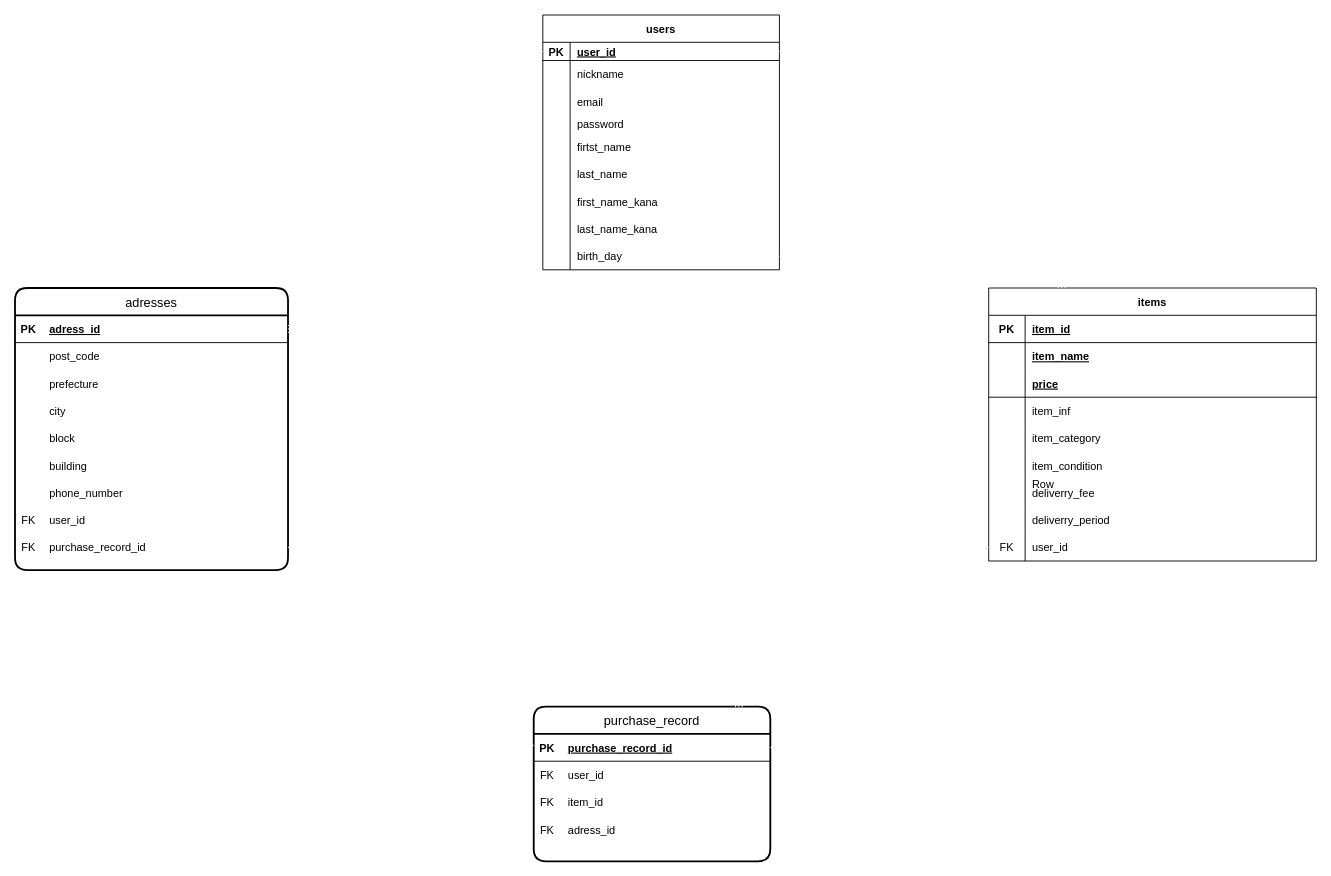
Before: er-zu.dio in yuyake-rs/furima-30629, a draw.io diagram. Source tidied: cells renumbered, new cells numbered last; positions are measured from the earlier drawing's top-left corner, leaving out a move shared by most shapes. Both pictures are drawn from the tidied source at 91%, with x=0, y=0 at pixel (15, 15).
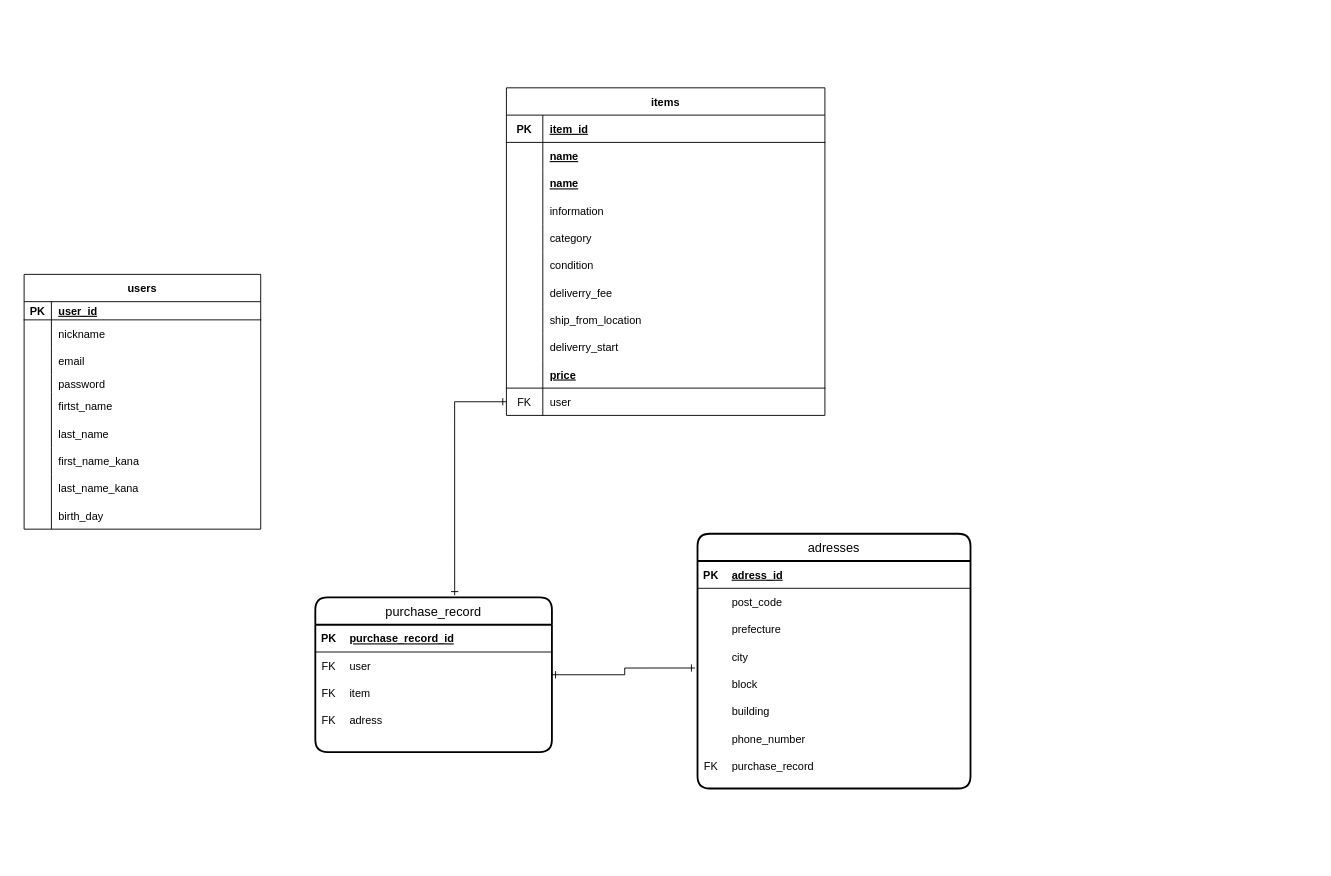
The same page after the edit.

The change refers to these unchanged cells:
```xml
<mxCell id="3" style="shape=partialRectangle;fillColor=none;top=0;left=0;bottom=1;right=0;points=[[0,0.5],[1,0.5]];portConstraint=eastwest;" parent="2" vertex="1">
  <mxGeometry y="30" width="260" height="20" as="geometry" />
</mxCell>
<mxCell id="27" style="shape=partialRectangle;fillColor=none;top=0;left=0;bottom=0;right=0;points=[[0,0.5],[1,0.5]];portConstraint=eastwest;" parent="2" vertex="1">
  <mxGeometry y="250" width="260" height="30" as="geometry" />
</mxCell>
<mxCell id="32" style="shape=partialRectangle;fillColor=none;top=0;left=0;bottom=1;right=0;points=[[0,0.5],[1,0.5]];portConstraint=eastwest;" parent="31" vertex="1">
  <mxGeometry width="260" height="30" as="geometry" />
</mxCell>
<mxCell id="35" style="shape=partialRectangle;fillColor=none;top=0;left=0;bottom=0;right=0;" parent="31" vertex="1">
  <mxGeometry y="30" width="260" height="30" as="geometry" />
</mxCell>
<mxCell id="38" style="shape=partialRectangle;fillColor=none;top=0;left=0;bottom=0;right=0;" parent="31" vertex="1">
  <mxGeometry y="60" width="260" height="30" as="geometry" />
</mxCell>
<mxCell id="41" style="shape=partialRectangle;fillColor=none;top=0;left=0;bottom=0;right=0;" parent="31" vertex="1">
  <mxGeometry y="90" width="260" height="30" as="geometry" />
</mxCell>
<mxCell id="46" style="shape=partialRectangle;fillColor=none;top=0;left=0;bottom=1;right=0;points=[[0,0.5],[1,0.5]];portConstraint=eastwest;" parent="45" vertex="1">
  <mxGeometry width="300" height="30" as="geometry" />
</mxCell>
<mxCell id="55" style="shape=partialRectangle;fillColor=none;top=0;left=0;bottom=0;right=0;points=[[0,0.5],[1,0.5]];portConstraint=eastwest;" parent="45" vertex="1">
  <mxGeometry y="90" width="300" height="30" as="geometry" />
</mxCell>
```

Diff of the diagram source:
```diff
@@
+    <mxCell id="101" style="edgeStyle=orthogonalEdgeStyle;rounded=1;jettySize=auto;html=1;exitX=1;exitY=0.5;exitDx=0;exitDy=0;endArrow=ERmany;endFill=0;strokeColor=#FFFFFF;strokeWidth=1;entryX=0;entryY=0.5;entryDx=0;entryDy=0;" parent="1" edge="1" source="3" target="74">
+      <mxGeometry relative="1" as="geometry">
+        <Array as="points">
+          <mxPoint x="360" y="325" />
+          <mxPoint x="360" y="125" />
+        </Array>
+      </mxGeometry>
+    </mxCell>
+    <mxCell id="103" style="edgeStyle=orthogonalEdgeStyle;rounded=1;jettySize=auto;html=1;exitX=1;exitY=0.5;exitDx=0;exitDy=0;entryX=0.149;entryY=-0.006;entryDx=0;entryDy=0;entryPerimeter=0;endArrow=ERmany;endFill=0;strokeColor=#FFFFFF;strokeWidth=1;" parent="1" edge="1" source="27" target="30">
+      <mxGeometry relative="1" as="geometry" />
+    </mxCell>
     <mxCell id="2" value="users" style="shape=table;startSize=30;childLayout=tableLayout;rowLines=0;fontStyle=1;align=center;" parent="1" vertex="1">
-      <mxGeometry x="580" width="260" height="280" as="geometry" />
+      <mxGeometry x="10" y="285" width="260" height="280" as="geometry" />
     </mxCell>
@@
+    <mxCell id="110" style="edgeStyle=orthogonalEdgeStyle;rounded=0;jettySize=auto;html=1;exitX=1;exitY=0.5;exitDx=0;exitDy=0;entryX=-0.009;entryY=0.919;entryDx=0;entryDy=0;entryPerimeter=0;startArrow=ERone;startFill=0;endArrow=ERone;endFill=0;" parent="1" edge="1" source="30" target="55">
+      <mxGeometry relative="1" as="geometry" />
+    </mxCell>
     <mxCell id="30" value="purchase_record" style="swimlane;horizontal=1;startSize=30;rounded=1;fontSize=14;fontStyle=0;strokeWidth=2;shadow=0;dashed=0;align=center;" parent="1" vertex="1">
-      <mxGeometry x="570" y="760" width="260" height="170" as="geometry" />
+      <mxGeometry x="330" y="640" width="260" height="170" as="geometry" />
     </mxCell>
@@
-    <mxCell id="37" value="user_id" style="shape=partialRectangle;fillColor=none;top=0;left=0;bottom=0;right=0;align=left;spacingLeft=6;fontStyle=0;overflow=hidden;" parent="35" vertex="1">
+    <mxCell id="37" value="user" style="shape=partialRectangle;fillColor=none;top=0;left=0;bottom=0;right=0;align=left;spacingLeft=6;fontStyle=0;overflow=hidden;" parent="35" vertex="1">
       <mxGeometry x="30" width="230" height="30" as="geometry" />
     </mxCell>
@@
-    <mxCell id="40" value="item_id" style="shape=partialRectangle;fillColor=none;top=0;left=0;bottom=0;right=0;align=left;spacingLeft=6;fontStyle=0;overflow=hidden;" parent="38" vertex="1">
+    <mxCell id="40" value="item" style="shape=partialRectangle;fillColor=none;top=0;left=0;bottom=0;right=0;align=left;spacingLeft=6;fontStyle=0;overflow=hidden;" parent="38" vertex="1">
       <mxGeometry x="30" width="230" height="30" as="geometry" />
     </mxCell>
@@
-    <mxCell id="43" value="adress_id" style="shape=partialRectangle;fillColor=none;top=0;left=0;bottom=0;right=0;align=left;spacingLeft=6;fontStyle=0;overflow=hidden;" parent="41" vertex="1">
+    <mxCell id="43" value="adress" style="shape=partialRectangle;fillColor=none;top=0;left=0;bottom=0;right=0;align=left;spacingLeft=6;fontStyle=0;overflow=hidden;" parent="41" vertex="1">
       <mxGeometry x="30" width="230" height="30" as="geometry" />
     </mxCell>
+    <mxCell id="111" style="edgeStyle=orthogonalEdgeStyle;rounded=0;jettySize=auto;html=1;exitX=0;exitY=0.5;exitDx=0;exitDy=0;entryX=0.589;entryY=-0.014;entryDx=0;entryDy=0;entryPerimeter=0;startArrow=ERone;startFill=0;endArrow=ERone;endFill=0;" parent="1" edge="1" source="98" target="30">
+      <mxGeometry relative="1" as="geometry" />
+    </mxCell>
     <mxCell id="44" value="adresses" style="swimlane;horizontal=1;startSize=30;rounded=1;fontSize=14;fontStyle=0;strokeWidth=2;shadow=0;dashed=0;align=center;" parent="1" vertex="1">
-      <mxGeometry y="300" width="300" height="310" as="geometry" />
+      <mxGeometry x="750" y="570" width="300" height="280" as="geometry" />
     </mxCell>
     <mxCell id="45" style="shape=table;startSize=0;childLayout=tableLayout;rowLines=0;fontStyle=0;align=center;strokeColor=none;fillColor=none;" parent="44" vertex="1">
-      <mxGeometry y="30" width="300" height="280" as="geometry" />
+      <mxGeometry y="30" width="300" height="270" as="geometry" />
     </mxCell>
@@
+    <mxCell id="70" style="shape=partialRectangle;fillColor=none;top=0;left=0;bottom=0;right=0;points=[[0,0.5],[1,0.5]];portConstraint=eastwest;" parent="45" vertex="1">
+      <mxGeometry y="210" width="300" height="30" as="geometry" />
+    </mxCell>
+    <mxCell id="71" value="FK" style="shape=partialRectangle;fillColor=none;top=0;left=0;bottom=0;right=0;fontStyle=0;overflow=hidden;" parent="70" vertex="1">
+      <mxGeometry width="30" height="30" as="geometry" />
+    </mxCell>
+    <mxCell id="72" value="purchase_record" style="shape=partialRectangle;fillColor=none;top=0;left=0;bottom=0;right=0;align=left;spacingLeft=6;fontStyle=0;overflow=hidden;" parent="70" vertex="1">
+      <mxGeometry x="30" width="270" height="30" as="geometry" />
+    </mxCell>
     <mxCell id="67" style="shape=partialRectangle;fillColor=none;top=0;left=0;bottom=0;right=0;" parent="45" vertex="1">
-      <mxGeometry y="210" width="300" height="30" as="geometry" />
+      <mxGeometry y="240" width="300" height="30" as="geometry" />
     </mxCell>
-    <mxCell id="68" value="FK" style="shape=partialRectangle;fillColor=none;top=0;left=0;bottom=0;right=0;fontStyle=0;overflow=hidden;" parent="67" vertex="1">
+    <mxCell id="68" style="shape=partialRectangle;fillColor=none;top=0;left=0;bottom=0;right=0;fontStyle=0;overflow=hidden;" parent="67" vertex="1">
       <mxGeometry width="30" height="30" as="geometry" />
     </mxCell>
-    <mxCell id="69" value="user_id" style="shape=partialRectangle;fillColor=none;top=0;left=0;bottom=0;right=0;align=left;spacingLeft=6;fontStyle=0;overflow=hidden;" parent="67" vertex="1">
+    <mxCell id="69" style="shape=partialRectangle;fillColor=none;top=0;left=0;bottom=0;right=0;align=left;spacingLeft=6;fontStyle=0;overflow=hidden;" parent="67" vertex="1">
       <mxGeometry x="30" width="270" height="30" as="geometry" />
     </mxCell>
-    <mxCell id="70" style="shape=partialRectangle;fillColor=none;top=0;left=0;bottom=0;right=0;points=[[0,0.5],[1,0.5]];portConstraint=eastwest;" parent="45" vertex="1">
-      <mxGeometry y="240" width="300" height="30" as="geometry" />
-    </mxCell>
-    <mxCell id="71" value="FK" style="shape=partialRectangle;fillColor=none;top=0;left=0;bottom=0;right=0;fontStyle=0;overflow=hidden;" parent="70" vertex="1">
-      <mxGeometry width="30" height="30" as="geometry" />
-    </mxCell>
-    <mxCell id="72" value="purchase_record_id" style="shape=partialRectangle;fillColor=none;top=0;left=0;bottom=0;right=0;align=left;spacingLeft=6;fontStyle=0;overflow=hidden;" parent="70" vertex="1">
-      <mxGeometry x="30" width="270" height="30" as="geometry" />
-    </mxCell>
     <mxCell id="73" value="items" style="shape=table;startSize=30;childLayout=tableLayout;rowLines=0;fontStyle=1;align=center;" parent="1" vertex="1">
-      <mxGeometry x="1070" y="300" width="360" height="300" as="geometry" />
+      <mxGeometry x="540" y="80" width="350" height="360" as="geometry" />
     </mxCell>
     <mxCell id="74" style="shape=partialRectangle;fillColor=none;top=0;left=0;bottom=1;right=0;points=[[0,0.5],[1,0.5]];portConstraint=eastwest;" parent="73" vertex="1">
-      <mxGeometry y="30" width="360" height="30" as="geometry" />
+      <mxGeometry y="30" width="350" height="30" as="geometry" />
     </mxCell>
@@
     <mxCell id="76" value="item_id" style="shape=partialRectangle;fillColor=none;top=0;left=0;bottom=0;right=0;align=left;spacingLeft=6;fontStyle=5;overflow=hidden;" parent="74" vertex="1">
-      <mxGeometry x="40" width="320" height="30" as="geometry" />
+      <mxGeometry x="40" width="310" height="30" as="geometry" />
     </mxCell>
+    <mxCell id="112" style="shape=partialRectangle;fillColor=none;top=0;left=0;bottom=0;right=0;" parent="73" vertex="1">
+      <mxGeometry y="60" width="350" height="30" as="geometry" />
+    </mxCell>
+    <mxCell id="113" style="shape=partialRectangle;fillColor=none;top=0;left=0;bottom=0;right=0;fontStyle=1;overflow=hidden;" parent="112" vertex="1">
+      <mxGeometry width="40" height="30" as="geometry" />
+    </mxCell>
+    <mxCell id="114" value="name" style="shape=partialRectangle;fillColor=none;top=0;left=0;bottom=0;right=0;align=left;spacingLeft=6;fontStyle=5;overflow=hidden;" parent="112" vertex="1">
+      <mxGeometry x="40" width="310" height="30" as="geometry" />
+    </mxCell>
     <mxCell id="77" style="shape=partialRectangle;fillColor=none;top=0;left=0;bottom=0;right=0;" parent="73" vertex="1">
-      <mxGeometry y="60" width="360" height="30" as="geometry" />
+      <mxGeometry y="90" width="350" height="30" as="geometry" />
     </mxCell>
@@
-    <mxCell id="79" value="item_name" style="shape=partialRectangle;fillColor=none;top=0;left=0;bottom=0;right=0;align=left;spacingLeft=6;fontStyle=5;overflow=hidden;" parent="77" vertex="1">
-      <mxGeometry x="40" width="320" height="30" as="geometry" />
+    <mxCell id="79" value="name" style="shape=partialRectangle;fillColor=none;top=0;left=0;bottom=0;right=0;align=left;spacingLeft=6;fontStyle=5;overflow=hidden;" parent="77" vertex="1">
+      <mxGeometry x="40" width="310" height="30" as="geometry" />
     </mxCell>
-    <mxCell id="80" style="shape=partialRectangle;fillColor=none;top=0;left=0;bottom=1;right=0;" parent="73" vertex="1">
-      <mxGeometry y="90" width="360" height="30" as="geometry" />
-    </mxCell>
-    <mxCell id="81" style="shape=partialRectangle;fillColor=none;top=0;left=0;bottom=0;right=0;fontStyle=1;overflow=hidden;" parent="80" vertex="1">
-      <mxGeometry width="40" height="30" as="geometry" />
-    </mxCell>
-    <mxCell id="82" value="price" style="shape=partialRectangle;fillColor=none;top=0;left=0;bottom=0;right=0;align=left;spacingLeft=6;fontStyle=5;overflow=hidden;" parent="80" vertex="1">
-      <mxGeometry x="40" width="320" height="30" as="geometry" />
-    </mxCell>
     <mxCell id="83" style="shape=partialRectangle;fillColor=none;top=0;left=0;bottom=0;right=0;" parent="73" vertex="1">
-      <mxGeometry y="120" width="360" height="30" as="geometry" />
+      <mxGeometry y="120" width="350" height="30" as="geometry" />
     </mxCell>
@@
-    <mxCell id="85" value="item_inf" style="shape=partialRectangle;fillColor=none;top=0;left=0;bottom=0;right=0;align=left;spacingLeft=6;overflow=hidden;" parent="83" vertex="1">
-      <mxGeometry x="40" width="320" height="30" as="geometry" />
+    <mxCell id="85" value="information" style="shape=partialRectangle;fillColor=none;top=0;left=0;bottom=0;right=0;align=left;spacingLeft=6;overflow=hidden;" parent="83" vertex="1">
+      <mxGeometry x="40" width="310" height="30" as="geometry" />
     </mxCell>
     <mxCell id="86" style="shape=partialRectangle;fillColor=none;top=0;left=0;bottom=0;right=0;" parent="73" vertex="1">
-      <mxGeometry y="150" width="360" height="30" as="geometry" />
+      <mxGeometry y="150" width="350" height="30" as="geometry" />
     </mxCell>
@@
-    <mxCell id="88" value="item_category" style="shape=partialRectangle;fillColor=none;top=0;left=0;bottom=0;right=0;align=left;spacingLeft=6;overflow=hidden;" parent="86" vertex="1">
-      <mxGeometry x="40" width="320" height="30" as="geometry" />
+    <mxCell id="88" value="category" style="shape=partialRectangle;fillColor=none;top=0;left=0;bottom=0;right=0;align=left;spacingLeft=6;overflow=hidden;" parent="86" vertex="1">
+      <mxGeometry x="40" width="310" height="30" as="geometry" />
     </mxCell>
     <mxCell id="89" style="shape=partialRectangle;fillColor=none;top=0;left=0;bottom=0;right=0;" parent="73" vertex="1">
-      <mxGeometry y="180" width="360" height="30" as="geometry" />
+      <mxGeometry y="180" width="350" height="30" as="geometry" />
     </mxCell>
@@
-    <mxCell id="91" value="item_condition" style="shape=partialRectangle;fillColor=none;top=0;left=0;bottom=0;right=0;align=left;spacingLeft=6;overflow=hidden;" parent="89" vertex="1">
-      <mxGeometry x="40" width="320" height="30" as="geometry" />
+    <mxCell id="91" value="condition" style="shape=partialRectangle;fillColor=none;top=0;left=0;bottom=0;right=0;align=left;spacingLeft=6;overflow=hidden;" parent="89" vertex="1">
+      <mxGeometry x="40" width="310" height="30" as="geometry" />
     </mxCell>
     <mxCell id="92" style="shape=partialRectangle;fillColor=none;top=0;left=0;bottom=0;right=0;" parent="73" vertex="1">
-      <mxGeometry y="210" width="360" height="30" as="geometry" />
+      <mxGeometry y="210" width="350" height="30" as="geometry" />
     </mxCell>
@@
     <mxCell id="94" value="deliverry_fee" style="shape=partialRectangle;fillColor=none;top=0;left=0;bottom=0;right=0;align=left;spacingLeft=6;overflow=hidden;" parent="92" vertex="1">
-      <mxGeometry x="40" width="320" height="30" as="geometry" />
+      <mxGeometry x="40" width="310" height="30" as="geometry" />
     </mxCell>
+    <mxCell id="115" style="shape=partialRectangle;fillColor=none;top=0;left=0;bottom=0;right=0;" parent="73" vertex="1">
+      <mxGeometry y="240" width="350" height="30" as="geometry" />
+    </mxCell>
+    <mxCell id="116" style="shape=partialRectangle;fillColor=none;top=0;left=0;bottom=0;right=0;overflow=hidden;" parent="115" vertex="1">
+      <mxGeometry width="40" height="30" as="geometry" />
+    </mxCell>
+    <mxCell id="117" value="ship_from_location" style="shape=partialRectangle;fillColor=none;top=0;left=0;bottom=0;right=0;align=left;spacingLeft=6;overflow=hidden;" parent="115" vertex="1">
+      <mxGeometry x="40" width="310" height="30" as="geometry" />
+    </mxCell>
     <mxCell id="95" style="shape=partialRectangle;fillColor=none;top=0;left=0;bottom=0;right=0;" parent="73" vertex="1">
-      <mxGeometry y="240" width="360" height="30" as="geometry" />
+      <mxGeometry y="270" width="350" height="30" as="geometry" />
     </mxCell>
@@
-    <mxCell id="97" value="deliverry_period" style="shape=partialRectangle;fillColor=none;top=0;left=0;bottom=0;right=0;align=left;spacingLeft=6;overflow=hidden;" parent="95" vertex="1">
-      <mxGeometry x="40" width="320" height="30" as="geometry" />
+    <mxCell id="97" value="deliverry_start" style="shape=partialRectangle;fillColor=none;top=0;left=0;bottom=0;right=0;align=left;spacingLeft=6;overflow=hidden;" parent="95" vertex="1">
+      <mxGeometry x="40" width="310" height="30" as="geometry" />
     </mxCell>
+    <mxCell id="80" style="shape=partialRectangle;fillColor=none;top=0;left=0;bottom=1;right=0;" parent="73" vertex="1">
+      <mxGeometry y="300" width="350" height="30" as="geometry" />
+    </mxCell>
+    <mxCell id="81" style="shape=partialRectangle;fillColor=none;top=0;left=0;bottom=0;right=0;fontStyle=1;overflow=hidden;" parent="80" vertex="1">
+      <mxGeometry width="40" height="30" as="geometry" />
+    </mxCell>
+    <mxCell id="82" value="price" style="shape=partialRectangle;fillColor=none;top=0;left=0;bottom=0;right=0;align=left;spacingLeft=6;fontStyle=5;overflow=hidden;" parent="80" vertex="1">
+      <mxGeometry x="40" width="310" height="30" as="geometry" />
+    </mxCell>
     <mxCell id="98" style="shape=partialRectangle;fillColor=none;top=0;left=0;bottom=0;right=0;points=[[0,0.5],[1,0.5]];portConstraint=eastwest;" parent="73" vertex="1">
-      <mxGeometry y="270" width="360" height="30" as="geometry" />
+      <mxGeometry y="330" width="350" height="30" as="geometry" />
     </mxCell>
@@
-    <mxCell id="100" value="user_id" style="shape=partialRectangle;fillColor=none;top=0;left=0;bottom=0;right=0;align=left;spacingLeft=6;fontStyle=0;overflow=hidden;" parent="98" vertex="1">
-      <mxGeometry x="40" width="320" height="30" as="geometry" />
+    <mxCell id="100" value="user" style="shape=partialRectangle;fillColor=none;top=0;left=0;bottom=0;right=0;align=left;spacingLeft=6;fontStyle=0;overflow=hidden;" parent="98" vertex="1">
+      <mxGeometry x="40" width="310" height="30" as="geometry" />
     </mxCell>
-    <mxCell id="101" style="edgeStyle=orthogonalEdgeStyle;rounded=1;jettySize=auto;html=1;exitX=1;exitY=0.5;exitDx=0;exitDy=0;endArrow=ERmany;endFill=0;strokeColor=#FFFFFF;strokeWidth=1;" parent="1" edge="1" source="3" target="73">
-      <mxGeometry relative="1" as="geometry">
-        <Array as="points">
-          <mxPoint x="1150" y="40" />
-        </Array>
-      </mxGeometry>
-    </mxCell>
-    <mxCell id="102" style="edgeStyle=orthogonalEdgeStyle;rounded=1;jettySize=auto;html=1;exitX=0;exitY=0.5;exitDx=0;exitDy=0;entryX=1;entryY=0.5;entryDx=0;entryDy=0;endArrow=ERmany;endFill=0;strokeColor=#FFFFFF;strokeWidth=1;" parent="1" edge="1" source="3" target="46">
-      <mxGeometry relative="1" as="geometry" />
-    </mxCell>
-    <mxCell id="103" style="edgeStyle=orthogonalEdgeStyle;rounded=1;jettySize=auto;html=1;exitX=1;exitY=0.5;exitDx=0;exitDy=0;entryX=0.867;entryY=0.003;entryDx=0;entryDy=0;entryPerimeter=0;endArrow=ERmany;endFill=0;strokeColor=#FFFFFF;strokeWidth=1;" parent="1" edge="1" source="27" target="30">
-      <mxGeometry relative="1" as="geometry" />
-    </mxCell>
-    <mxCell id="104" style="edgeStyle=entityRelationEdgeStyle;fontSize=12;html=1;endArrow=ERmandOne;startArrow=ERmandOne;strokeColor=#FFFFFF;strokeWidth=1;entryX=0;entryY=0.25;entryDx=0;entryDy=0;exitX=1;exitY=0.5;exitDx=0;exitDy=0;" parent="1" edge="1" source="70" target="30">
-      <mxGeometry relative="1" as="geometry" />
-    </mxCell>
-    <mxCell id="105" style="edgeStyle=entityRelationEdgeStyle;fontSize=12;html=1;endArrow=ERmandOne;startArrow=ERmandOne;strokeColor=#FFFFFF;strokeWidth=1;entryX=0;entryY=0.5;entryDx=0;entryDy=0;exitX=1;exitY=0.5;exitDx=0;exitDy=0;" parent="1" edge="1" source="32" target="98">
-      <mxGeometry relative="1" as="geometry" />
-    </mxCell>
-    <mxCell id="106" style="shape=table;startSize=0;childLayout=tableLayout;rowLines=0;fontStyle=0;align=center;strokeColor=none;fillColor=none;" parent="1" vertex="1">
-      <mxGeometry x="1080" y="500" width="180" height="30" as="geometry" />
-    </mxCell>
-    <mxCell id="107" style="shape=partialRectangle;fillColor=none;top=0;left=0;bottom=0;right=0;" parent="106" vertex="1">
-      <mxGeometry width="180" height="30" as="geometry" />
-    </mxCell>
-    <mxCell id="108" style="shape=partialRectangle;fillColor=none;top=0;left=0;bottom=0;right=0;overflow=hidden;" parent="107" vertex="1">
-      <mxGeometry width="30" height="30" as="geometry" />
-    </mxCell>
-    <mxCell id="109" value="Row" style="shape=partialRectangle;fillColor=none;top=0;left=0;bottom=0;right=0;align=left;spacingLeft=6;overflow=hidden;" parent="107" vertex="1">
-      <mxGeometry x="30" width="150" height="30" as="geometry" />
-    </mxCell>
```
